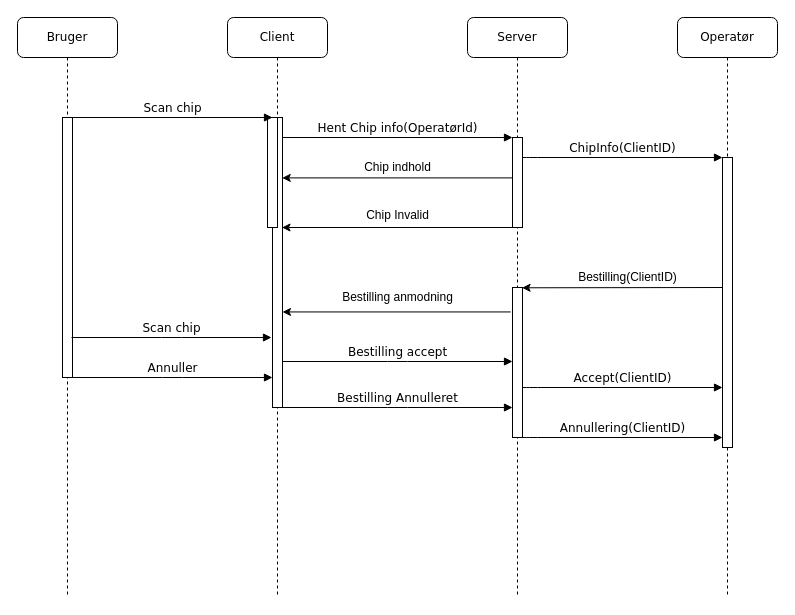
Before: IdeventUML.drawio in Ronnie1983/Idevent, a draw.io diagram. Source tidied: cells renumbered, new cells numbered last; positions are measured from the earlier drawing's top-left corner, leaving out a move shared by most shapes. Both pictures are drawn from the tidied source at 100%, with x=0, y=0 at pixel (17, 17).
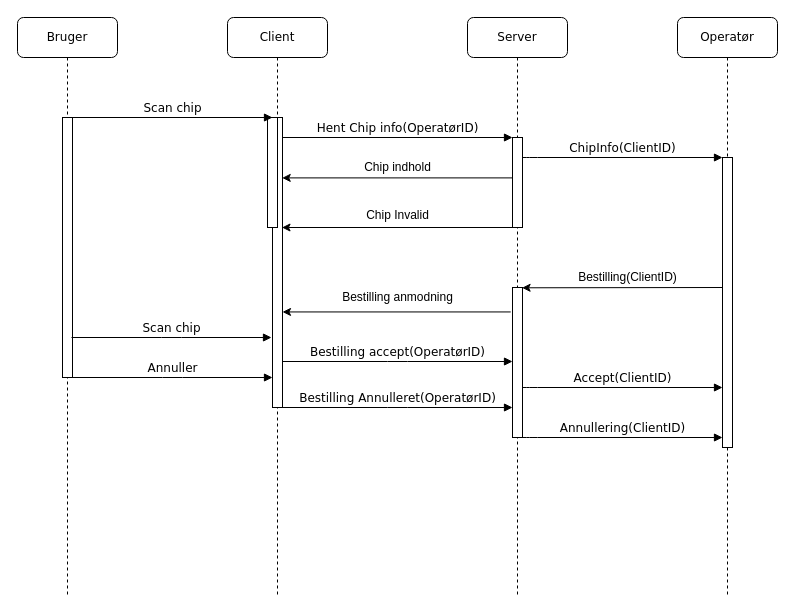
Above is the later version.

The change refers to these unchanged cells:
```xml
<mxCell id="3" style="html=1;points=[];perimeter=orthogonalPerimeter;rounded=0;shadow=0;comic=0;labelBackgroundColor=none;strokeWidth=1;fontFamily=Verdana;fontSize=12;align=center;" parent="2" vertex="1">
  <mxGeometry x="45" y="100" width="10" height="290" as="geometry" />
</mxCell>
<mxCell id="6" style="html=1;points=[];perimeter=orthogonalPerimeter;rounded=0;shadow=0;comic=0;labelBackgroundColor=none;strokeWidth=1;fontFamily=Verdana;fontSize=12;align=center;" parent="5" vertex="1">
  <mxGeometry x="45" y="120" width="10" height="90" as="geometry" />
</mxCell>
```

The edit, as a diff of the source:
```diff
@@
-    <mxCell id="14" value="Hent Chip info(OperatørId)" style="html=1;verticalAlign=bottom;endArrow=block;entryX=0;entryY=0;labelBackgroundColor=none;fontFamily=Verdana;fontSize=12;edgeStyle=elbowEdgeStyle;elbow=vertical;" parent="1" edge="1" source="3" target="6">
+    <mxCell id="14" value="Hent Chip info(OperatørID)" style="html=1;verticalAlign=bottom;endArrow=block;entryX=0;entryY=0;labelBackgroundColor=none;fontFamily=Verdana;fontSize=12;edgeStyle=elbowEdgeStyle;elbow=vertical;" parent="1" edge="1" source="3" target="6">
       <mxGeometry relative="1" as="geometry" />
     </mxCell>
@@
-    <mxCell id="24" value="Bestilling accept" style="html=1;verticalAlign=bottom;endArrow=block;entryX=0;entryY=0;labelBackgroundColor=none;fontFamily=Verdana;fontSize=12;edgeStyle=elbowEdgeStyle;elbow=vertical;" parent="1" edge="1">
+    <mxCell id="24" value="Bestilling accept(OperatørID)" style="html=1;verticalAlign=bottom;endArrow=block;entryX=0;entryY=0;labelBackgroundColor=none;fontFamily=Verdana;fontSize=12;edgeStyle=elbowEdgeStyle;elbow=vertical;" parent="1" edge="1">
       <mxGeometry relative="1" as="geometry">
         <mxPoint x="265" y="344" as="sourcePoint" />
         <mxPoint x="495" y="344" as="targetPoint" />
       </mxGeometry>
     </mxCell>
-    <mxCell id="25" value="Bestilling Annulleret" style="html=1;verticalAlign=bottom;endArrow=block;entryX=0;entryY=0;labelBackgroundColor=none;fontFamily=Verdana;fontSize=12;edgeStyle=elbowEdgeStyle;elbow=vertical;" parent="1" edge="1">
+    <mxCell id="25" value="Bestilling Annulleret(OperatørID)" style="html=1;verticalAlign=bottom;endArrow=block;entryX=0;entryY=0;labelBackgroundColor=none;fontFamily=Verdana;fontSize=12;edgeStyle=elbowEdgeStyle;elbow=vertical;" parent="1" edge="1">
       <mxGeometry relative="1" as="geometry">
         <mxPoint x="265" y="390" as="sourcePoint" />
         <mxPoint x="495" y="390" as="targetPoint" />
       </mxGeometry>
     </mxCell>
```
